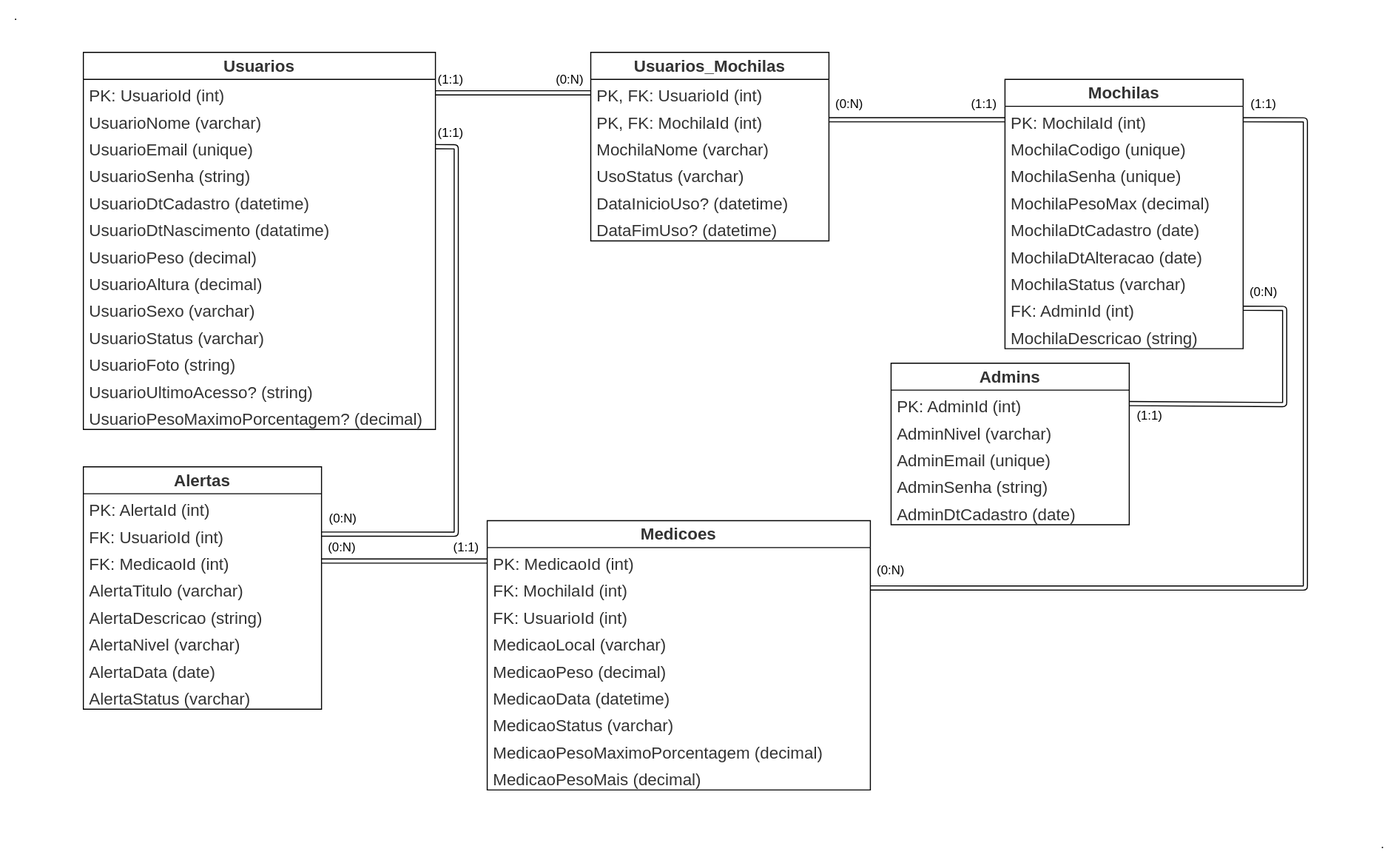
FatecFranca/DSM-G06-PI4-2025-2 keeps this draw.io diagram as BD/DER.svg. Above is the earlier version. Source tidied: cells renumbered, new cells last; positions are measured from the earlier drawing's top-left corner, leaving out a move shared by most shapes.
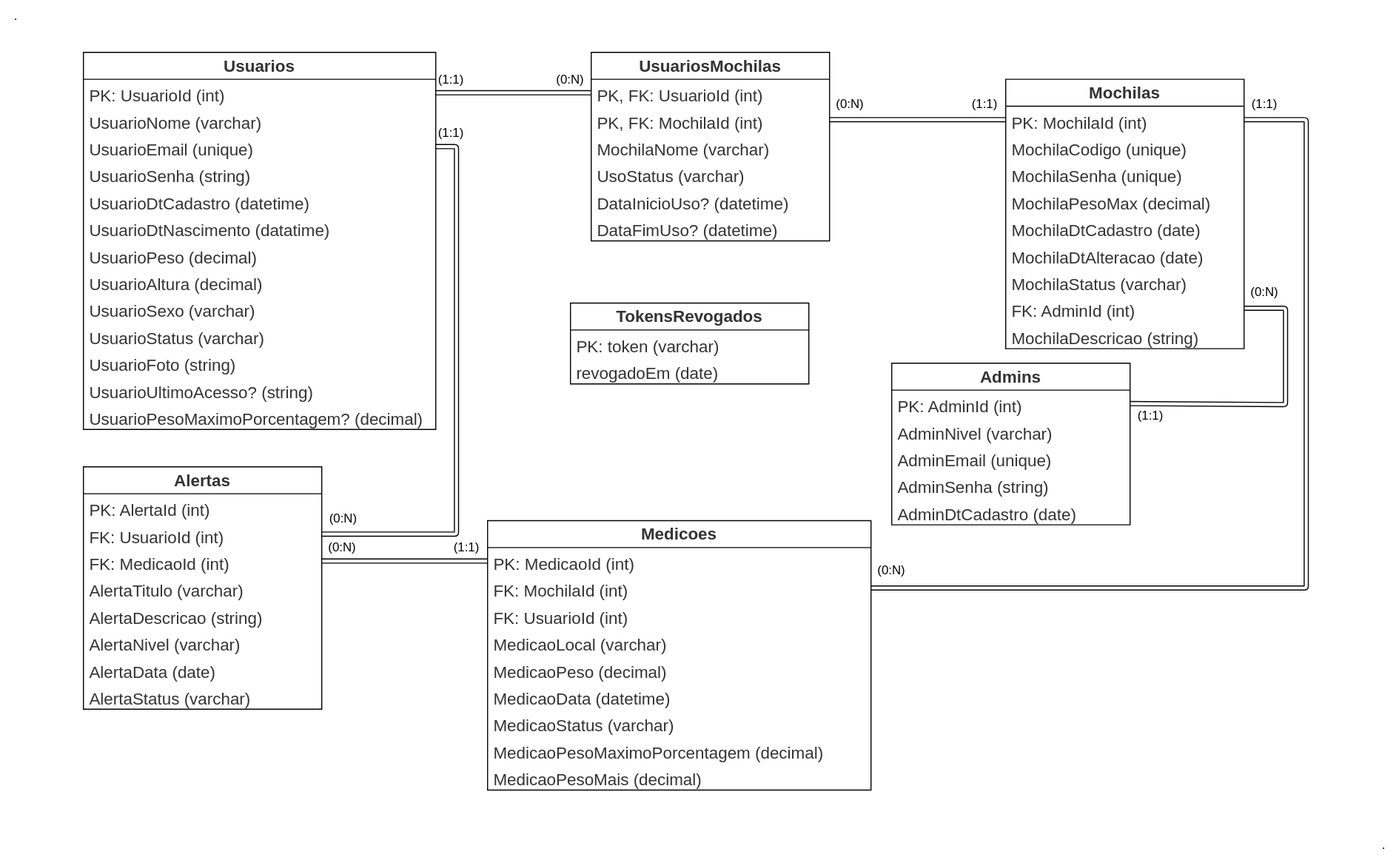
Later version of the same file.

The edit, as a diff of the source:
```diff
@@ -92,7 +92,7 @@
     <mxCell id="31" value="&lt;span style=&quot;color: rgb(51, 51, 51); font-family: Arial, sans-serif; font-size: medium; text-align: center; text-wrap-mode: nowrap; background-color: rgb(255, 255, 255);&quot;&gt;AdminDtCadastro (date)&lt;/span&gt;" style="text;strokeColor=none;fillColor=none;align=left;verticalAlign=top;spacingLeft=4;spacingRight=4;overflow=hidden;whiteSpace=wrap;html=1;" parent="26" vertex="1">
       <mxGeometry y="130" width="230" height="26" as="geometry" />
     </mxCell>
-    <mxCell id="32" value="&lt;span style=&quot;color: rgb(51, 51, 51); font-family: Arial, sans-serif; font-size: medium; font-weight: 700; text-wrap-mode: nowrap; background-color: rgb(255, 255, 255);&quot;&gt;Usuarios_Mochilas&lt;/span&gt;" style="swimlane;fontStyle=0;horizontal=1;startSize=26;fillColor=none;whiteSpace=wrap;html=1;" parent="1" vertex="1">
+    <mxCell id="32" value="&lt;span style=&quot;color: rgb(51, 51, 51); font-family: Arial, sans-serif; font-size: medium; font-weight: 700; text-wrap-mode: nowrap; background-color: rgb(255, 255, 255);&quot;&gt;UsuariosMochilas&lt;/span&gt;" style="swimlane;fontStyle=0;horizontal=1;startSize=26;fillColor=none;whiteSpace=wrap;html=1;" parent="1" vertex="1">
       <mxGeometry x="570" y="50" width="230" height="182" as="geometry" />
     </mxCell>
     <mxCell id="33" value="&lt;span style=&quot;color: rgb(51, 51, 51); font-family: Arial, sans-serif; font-size: medium; text-align: center; text-wrap-mode: nowrap; background-color: rgb(255, 255, 255);&quot;&gt;PK, FK: UsuarioId (int)&lt;/span&gt;" style="text;strokeColor=none;fillColor=none;align=left;verticalAlign=top;spacingLeft=4;spacingRight=4;overflow=hidden;points=[[0,0.5],[1,0.5]];portConstraint=eastwest;whiteSpace=wrap;html=1;" parent="32" vertex="1">
@@ -245,5 +245,14 @@
     <mxCell id="77" value="." style="text;html=1;align=center;verticalAlign=middle;whiteSpace=wrap;rounded=0;" parent="1" vertex="1">
       <mxGeometry x="1320" y="800" width="30" height="30" as="geometry" />
     </mxCell>
+    <mxCell id="78" value="&lt;span style=&quot;color: rgb(51, 51, 51); font-family: Arial, sans-serif; font-size: medium; font-weight: 700; text-wrap-mode: nowrap; background-color: rgb(255, 255, 255);&quot;&gt;TokensRevogados&lt;/span&gt;" style="swimlane;fontStyle=0;horizontal=1;startSize=26;fillColor=none;whiteSpace=wrap;html=1;" parent="1" vertex="1">
+      <mxGeometry x="550" y="292" width="230" height="78" as="geometry" />
+    </mxCell>
+    <mxCell id="79" value="&lt;span style=&quot;color: rgb(51, 51, 51); font-family: Arial, sans-serif; font-size: medium; text-align: center; text-wrap-mode: nowrap; background-color: rgb(255, 255, 255);&quot;&gt;PK: token (varchar)&lt;/span&gt;" style="text;strokeColor=none;fillColor=none;align=left;verticalAlign=top;spacingLeft=4;spacingRight=4;overflow=hidden;whiteSpace=wrap;html=1;" parent="78" vertex="1">
+      <mxGeometry y="26" width="230" height="26" as="geometry" />
+    </mxCell>
+    <mxCell id="80" value="&lt;span style=&quot;color: rgb(51, 51, 51); font-family: Arial, sans-serif; font-size: medium; text-align: center; text-wrap-mode: nowrap; background-color: rgb(255, 255, 255);&quot;&gt;revogadoEm (date)&lt;/span&gt;" style="text;strokeColor=none;fillColor=none;align=left;verticalAlign=top;spacingLeft=4;spacingRight=4;overflow=hidden;whiteSpace=wrap;html=1;" parent="78" vertex="1">
+      <mxGeometry y="52" width="230" height="26" as="geometry" />
+    </mxCell>
   </root>
 </mxGraphModel>
```
